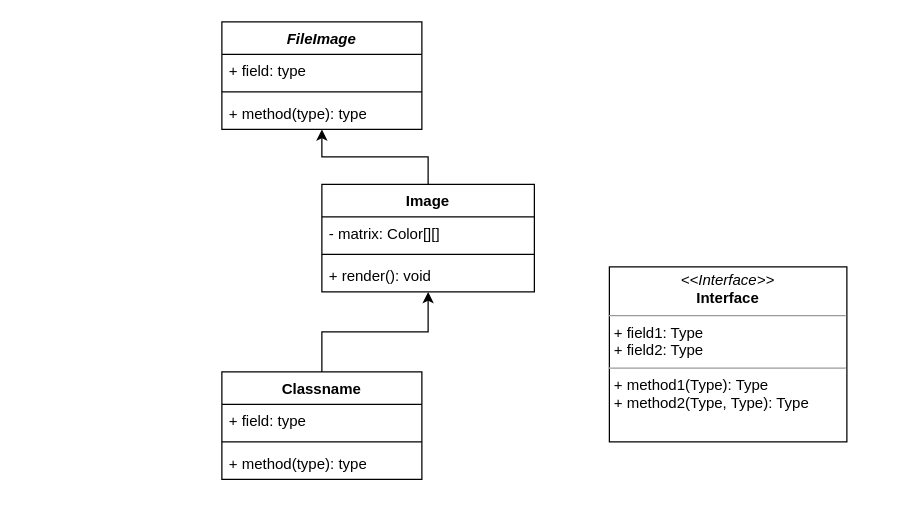
Above: uml_diagram.drawio in a-eldar/ASCIIArt (draw.io), before the change. Source tidied: cells renumbered, new cells numbered last; positions are measured from the earlier drawing's top-left corner, leaving out a move shared by most shapes. Both pictures are drawn from the tidied source at 125%, with x=0, y=0 at pixel (221, 21).
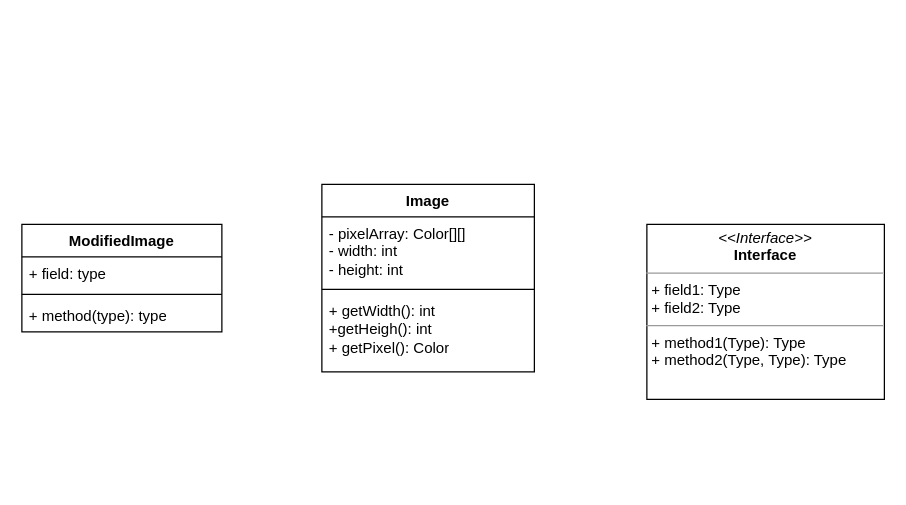
The same page after the edit.

What changed in the source:
```diff
@@
 <mxGraphModel>
   <root>
     <mxCell id="0" />
     <mxCell id="1" parent="0" />
-    <mxCell id="2" style="edgeStyle=orthogonalEdgeStyle;rounded=0;jettySize=auto;html=1;exitX=0.5;exitY=0;exitDx=0;exitDy=0;" parent="1" edge="1" source="3" target="13">
-      <mxGeometry relative="1" as="geometry" />
-    </mxCell>
     <mxCell id="3" value="Image" style="swimlane;fontStyle=1;align=center;verticalAlign=top;horizontal=1;startSize=26;whiteSpace=wrap;html=1;" parent="1" vertex="1">
-      <mxGeometry x="80" y="130" width="170" height="86" as="geometry" />
+      <mxGeometry x="80" y="130" width="170" height="150" as="geometry" />
     </mxCell>
-    <mxCell id="4" value="- matrix: Color[][]" style="text;strokeColor=none;fillColor=none;align=left;verticalAlign=top;spacingLeft=4;spacingRight=4;overflow=hidden;whiteSpace=wrap;html=1;" parent="3" vertex="1">
-      <mxGeometry y="26" width="170" height="26" as="geometry" />
+    <mxCell id="4" value="- pixelArray: Color[][]&lt;br&gt;- width: int&lt;br&gt;- height: int" style="text;strokeColor=none;fillColor=none;align=left;verticalAlign=top;spacingLeft=4;spacingRight=4;overflow=hidden;whiteSpace=wrap;html=1;" parent="3" vertex="1">
+      <mxGeometry y="26" width="170" height="54" as="geometry" />
     </mxCell>
     <mxCell id="5" style="line;strokeWidth=1;fillColor=none;align=left;verticalAlign=middle;spacingTop=-1;spacingLeft=3;spacingRight=3;labelPosition=right;strokeColor=inherit;" parent="3" vertex="1">
-      <mxGeometry y="52" width="170" height="8" as="geometry" />
+      <mxGeometry y="80" width="170" height="8" as="geometry" />
     </mxCell>
-    <mxCell id="6" value="+ render(): void" style="text;strokeColor=none;fillColor=none;align=left;verticalAlign=top;spacingLeft=4;spacingRight=4;overflow=hidden;whiteSpace=wrap;html=1;" parent="3" vertex="1">
-      <mxGeometry y="60" width="170" height="26" as="geometry" />
+    <mxCell id="6" value="+ getWidth(): int&lt;br&gt;+getHeigh(): int&lt;br&gt;+ getPixel(): Color" style="text;strokeColor=none;fillColor=none;align=left;verticalAlign=top;spacingLeft=4;spacingRight=4;overflow=hidden;whiteSpace=wrap;html=1;" parent="3" vertex="1">
+      <mxGeometry y="88" width="170" height="62" as="geometry" />
     </mxCell>
-    <mxCell id="7" style="edgeStyle=orthogonalEdgeStyle;rounded=0;jettySize=auto;html=1;exitX=0.5;exitY=0;exitDx=0;exitDy=0;" parent="1" edge="1" source="8" target="3">
-      <mxGeometry relative="1" as="geometry" />
-    </mxCell>
-    <mxCell id="8" value="Classname" style="swimlane;fontStyle=1;align=center;verticalAlign=top;horizontal=1;startSize=26;whiteSpace=wrap;html=1;" parent="1" vertex="1">
-      <mxGeometry y="280" width="160" height="86" as="geometry" />
+    <mxCell id="8" value="ModifiedImage" style="swimlane;fontStyle=1;align=center;verticalAlign=top;horizontal=1;startSize=26;whiteSpace=wrap;html=1;" parent="1" vertex="1">
+      <mxGeometry x="-160" y="162" width="160" height="86" as="geometry" />
     </mxCell>
     <mxCell id="9" value="+ field: type" style="text;strokeColor=none;fillColor=none;align=left;verticalAlign=top;spacingLeft=4;spacingRight=4;overflow=hidden;whiteSpace=wrap;html=1;" parent="8" vertex="1">
       <mxGeometry y="26" width="160" height="26" as="geometry" />
     </mxCell>
     <mxCell id="10" style="line;strokeWidth=1;fillColor=none;align=left;verticalAlign=middle;spacingTop=-1;spacingLeft=3;spacingRight=3;labelPosition=right;strokeColor=inherit;" parent="8" vertex="1">
       <mxGeometry y="52" width="160" height="8" as="geometry" />
     </mxCell>
     <mxCell id="11" value="+ method(type): type" style="text;strokeColor=none;fillColor=none;align=left;verticalAlign=top;spacingLeft=4;spacingRight=4;overflow=hidden;whiteSpace=wrap;html=1;" parent="8" vertex="1">
       <mxGeometry y="60" width="160" height="26" as="geometry" />
     </mxCell>
     <mxCell id="12" value="&lt;p style=&quot;margin:0px;margin-top:4px;text-align:center;&quot;&gt;&lt;i&gt;&amp;lt;&amp;lt;Interface&amp;gt;&amp;gt;&lt;/i&gt;&lt;br/&gt;&lt;b&gt;Interface&lt;/b&gt;&lt;/p&gt;&lt;hr size=&quot;1&quot;/&gt;&lt;p style=&quot;margin:0px;margin-left:4px;&quot;&gt;+ field1: Type&lt;br/&gt;+ field2: Type&lt;/p&gt;&lt;hr size=&quot;1&quot;/&gt;&lt;p style=&quot;margin:0px;margin-left:4px;&quot;&gt;+ method1(Type): Type&lt;br/&gt;+ method2(Type, Type): Type&lt;/p&gt;" style="verticalAlign=top;align=left;overflow=fill;html=1;whiteSpace=wrap;" parent="1" vertex="1">
-      <mxGeometry x="310" y="196" width="190" height="140" as="geometry" />
+      <mxGeometry x="340" y="162" width="190" height="140" as="geometry" />
     </mxCell>
-    <mxCell id="13" value="&lt;i&gt;FileImage&lt;/i&gt;" style="swimlane;fontStyle=1;align=center;verticalAlign=top;horizontal=1;startSize=26;whiteSpace=wrap;html=1;" parent="1" vertex="1">
-      <mxGeometry width="160" height="86" as="geometry" />
-    </mxCell>
-    <mxCell id="14" value="+ field: type" style="text;strokeColor=none;fillColor=none;align=left;verticalAlign=top;spacingLeft=4;spacingRight=4;overflow=hidden;whiteSpace=wrap;html=1;" parent="13" vertex="1">
-      <mxGeometry y="26" width="160" height="26" as="geometry" />
-    </mxCell>
-    <mxCell id="15" style="line;strokeWidth=1;fillColor=none;align=left;verticalAlign=middle;spacingTop=-1;spacingLeft=3;spacingRight=3;labelPosition=right;strokeColor=inherit;" parent="13" vertex="1">
-      <mxGeometry y="52" width="160" height="8" as="geometry" />
-    </mxCell>
-    <mxCell id="16" value="+ method(type): type" style="text;strokeColor=none;fillColor=none;align=left;verticalAlign=top;spacingLeft=4;spacingRight=4;overflow=hidden;whiteSpace=wrap;html=1;" parent="13" vertex="1">
-      <mxGeometry y="60" width="160" height="26" as="geometry" />
-    </mxCell>
   </root>
 </mxGraphModel>
```
